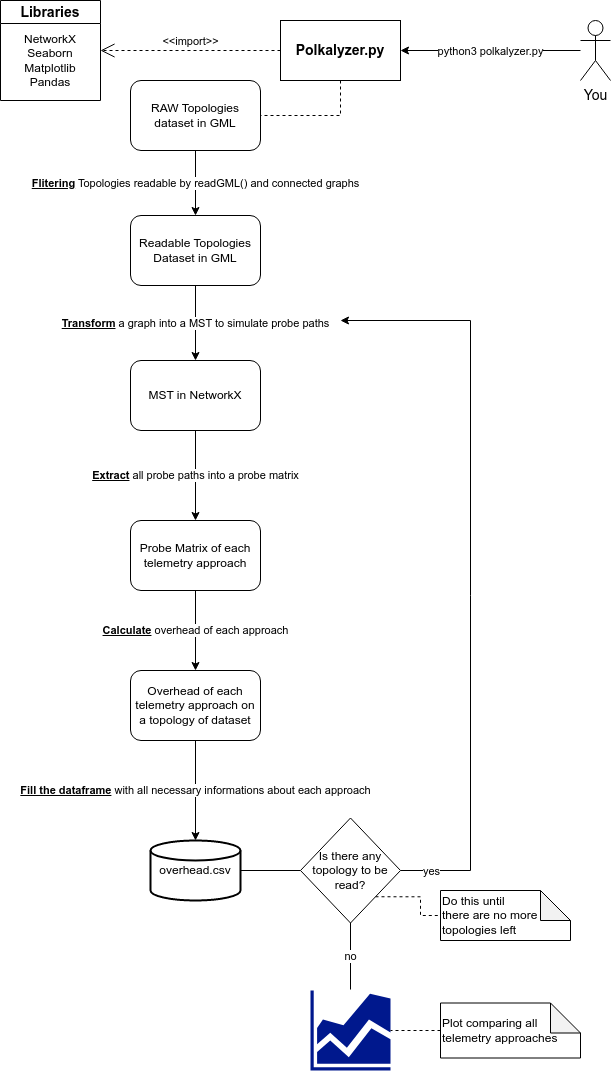
Earlier version of the draw.io export scalability/imgs/PolkalyzerBehavior.png (nerds-ufes/Polkalyzer). Source tidied: cells renumbered, new cells last; positions are measured from the earlier drawing's top-left corner, leaving out a move shared by most shapes.
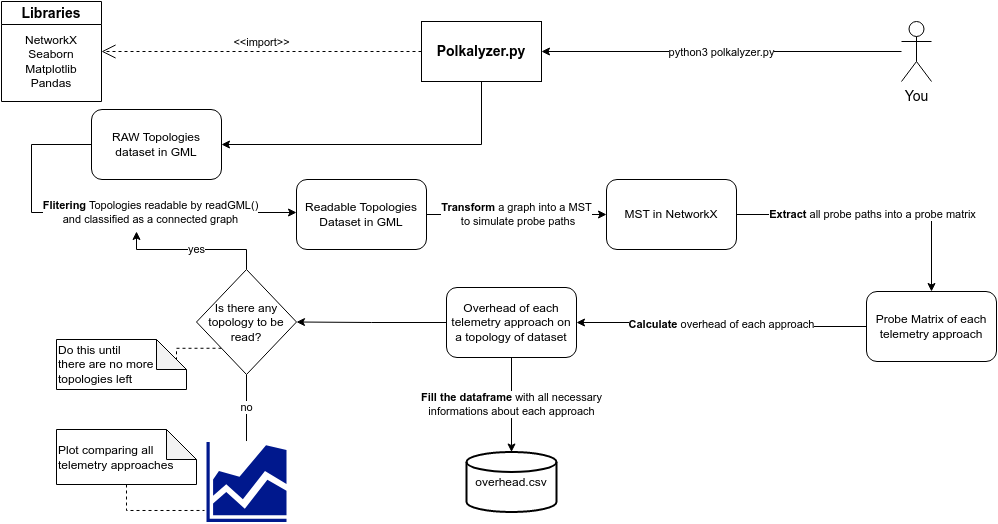
Above is the later version.

Commit message:
Reduce size of Polkalyzer diagram

The edit, as a diff of the source:
```diff
@@ -2,97 +2,98 @@
   <root>
     <mxCell id="0" />
     <mxCell id="1" parent="0" />
-    <mxCell id="2" value="&lt;b&gt;&lt;u&gt;Flitering&lt;/u&gt;&lt;/b&gt; Topologies readable by readGML() and connected graphs" style="edgeStyle=orthogonalEdgeStyle;rounded=0;jettySize=auto;html=1;exitX=0.5;exitY=1;exitDx=0;exitDy=0;" parent="1" edge="1" source="3" target="5">
-      <mxGeometry relative="1" as="geometry" />
+    <mxCell id="2" value="&lt;b&gt;Flitering&lt;/b&gt; Topologies readable by readGML()&lt;br&gt;and classified as a&amp;nbsp;connected graph" style="edgeStyle=orthogonalEdgeStyle;rounded=0;jettySize=auto;html=1;exitX=0;exitY=0.5;exitDx=0;exitDy=0;" parent="1" edge="1" source="3">
+      <mxGeometry x="0.26" relative="1" as="geometry">
+        <mxPoint x="135" y="211" as="targetPoint" />
+        <Array as="points">
+          <mxPoint x="-130" y="143" />
+          <mxPoint x="-130" y="211" />
+        </Array>
+      </mxGeometry>
     </mxCell>
     <mxCell id="3" value="RAW Topologies dataset in GML" style="rounded=1;whiteSpace=wrap;html=1;" parent="1" vertex="1">
-      <mxGeometry x="130" y="80" width="130" height="70" as="geometry" />
+      <mxGeometry x="-70" y="108" width="130" height="70" as="geometry" />
     </mxCell>
-    <mxCell id="4" value="&lt;u&gt;&lt;b&gt;Transform&lt;/b&gt;&lt;/u&gt; a graph into a MST to simulate probe paths" style="edgeStyle=orthogonalEdgeStyle;rounded=0;jettySize=auto;html=1;exitX=0.5;exitY=1;exitDx=0;exitDy=0;" parent="1" edge="1" source="5" target="7">
+    <mxCell id="4" value="&lt;b style=&quot;&quot;&gt;Transform&lt;/b&gt; a graph into a MST&lt;br&gt;&amp;nbsp;to simulate probe paths" style="edgeStyle=orthogonalEdgeStyle;rounded=0;jettySize=auto;html=1;exitX=1;exitY=0.5;exitDx=0;exitDy=0;" parent="1" edge="1" source="5" target="7">
       <mxGeometry relative="1" as="geometry" />
     </mxCell>
     <mxCell id="5" value="Readable Topologies Dataset in GML" style="rounded=1;whiteSpace=wrap;html=1;" parent="1" vertex="1">
-      <mxGeometry x="130" y="215" width="130" height="70" as="geometry" />
+      <mxGeometry x="135" y="178" width="130" height="70" as="geometry" />
     </mxCell>
-    <mxCell id="6" value="&lt;b&gt;&lt;u&gt;Extract&lt;/u&gt;&lt;/b&gt; all probe paths into a probe matrix" style="edgeStyle=orthogonalEdgeStyle;rounded=0;jettySize=auto;html=1;exitX=0.5;exitY=1;exitDx=0;exitDy=0;" parent="1" edge="1" source="7" target="9">
+    <mxCell id="6" value="&lt;b&gt;Extract&lt;/b&gt; all probe paths into a probe matrix" style="edgeStyle=orthogonalEdgeStyle;rounded=0;jettySize=auto;html=1;exitX=1;exitY=0.5;exitDx=0;exitDy=0;" parent="1" edge="1" source="7" target="9">
       <mxGeometry relative="1" as="geometry" />
     </mxCell>
     <mxCell id="7" value="MST in NetworkX" style="rounded=1;whiteSpace=wrap;html=1;" parent="1" vertex="1">
-      <mxGeometry x="130" y="360" width="130" height="70" as="geometry" />
+      <mxGeometry x="445" y="178" width="130" height="70" as="geometry" />
     </mxCell>
-    <mxCell id="8" value="&lt;b&gt;&lt;u&gt;Calculate&lt;/u&gt;&lt;/b&gt; overhead of each approach" style="edgeStyle=orthogonalEdgeStyle;rounded=0;jettySize=auto;html=1;" parent="1" edge="1" source="9" target="11">
+    <mxCell id="8" value="&lt;b&gt;Calculate&lt;/b&gt; overhead of each approach" style="edgeStyle=orthogonalEdgeStyle;rounded=0;jettySize=auto;html=1;" parent="1" edge="1" source="9" target="11">
       <mxGeometry relative="1" as="geometry" />
     </mxCell>
     <mxCell id="9" value="Probe Matrix of each telemetry approach" style="rounded=1;whiteSpace=wrap;html=1;" parent="1" vertex="1">
-      <mxGeometry x="130" y="520" width="130" height="70" as="geometry" />
+      <mxGeometry x="705" y="290" width="130" height="70" as="geometry" />
     </mxCell>
-    <mxCell id="10" value="&lt;b&gt;&lt;u&gt;Fill the dataframe&lt;/u&gt;&lt;/b&gt; with all necessary informations about each approach" style="edgeStyle=none;rounded=0;jettySize=auto;html=1;exitX=0.5;exitY=1;exitDx=0;exitDy=0;startArrow=none;startFill=0;endArrow=classic;endFill=1;entryX=0.5;entryY=0;entryDx=0;entryDy=0;entryPerimeter=0;" parent="1" edge="1" source="11" target="18">
+    <mxCell id="10" value="&lt;b&gt;Fill the dataframe&lt;/b&gt; with all necessary&lt;br&gt;informations about each approach" style="edgeStyle=none;rounded=0;jettySize=auto;html=1;exitX=0.5;exitY=1;exitDx=0;exitDy=0;startArrow=none;startFill=0;endArrow=classic;endFill=1;entryX=0.5;entryY=0;entryDx=0;entryDy=0;entryPerimeter=0;" parent="1" edge="1" source="11" target="18">
       <mxGeometry relative="1" as="geometry" />
     </mxCell>
+    <mxCell id="30" style="edgeStyle=orthogonalEdgeStyle;rounded=0;jettySize=auto;html=1;exitX=0;exitY=0.5;exitDx=0;exitDy=0;entryX=1;entryY=0.5;entryDx=0;entryDy=0;endArrow=classic;endFill=1;" parent="1" edge="1" source="11" target="17">
+      <mxGeometry relative="1" as="geometry" />
+    </mxCell>
     <mxCell id="11" value="Overhead of each telemetry approach on a topology of dataset" style="rounded=1;whiteSpace=wrap;html=1;" parent="1" vertex="1">
-      <mxGeometry x="130" y="670" width="130" height="70" as="geometry" />
+      <mxGeometry x="285" y="286" width="130" height="70" as="geometry" />
     </mxCell>
-    <mxCell id="12" style="endArrow=none;html=1;rounded=0;startArrow=classic;startFill=1;entryX=1;entryY=0.5;entryDx=0;entryDy=0;" parent="1" edge="1" target="17">
-      <mxGeometry relative="1" as="geometry">
-        <mxPoint x="340" y="320" as="sourcePoint" />
-        <Array as="points">
-          <mxPoint x="470" y="320" />
-          <mxPoint x="470" y="870" />
-        </Array>
-      </mxGeometry>
-    </mxCell>
-    <mxCell id="13" value="yes" style="edgeLabel;html=1;align=center;verticalAlign=middle;" parent="12" vertex="1">
-      <mxGeometry x="0.95" relative="1" as="geometry">
-        <mxPoint x="13" as="offset" />
-      </mxGeometry>
-    </mxCell>
-    <mxCell id="14" style="edgeStyle=orthogonalEdgeStyle;rounded=0;jettySize=auto;html=1;exitX=0;exitY=0.5;exitDx=0;exitDy=0;entryX=1;entryY=0.5;entryDx=0;entryDy=0;entryPerimeter=0;endArrow=none;endFill=0;" parent="1" edge="1" source="17" target="18">
-      <mxGeometry relative="1" as="geometry" />
-    </mxCell>
     <mxCell id="15" value="no" style="edgeStyle=orthogonalEdgeStyle;rounded=0;jettySize=auto;html=1;exitX=0.5;exitY=1;exitDx=0;exitDy=0;endArrow=none;endFill=0;entryX=0.5;entryY=-0.012;entryDx=0;entryDy=0;entryPerimeter=0;" parent="1" edge="1" source="17" target="19">
       <mxGeometry relative="1" as="geometry" />
     </mxCell>
-    <mxCell id="16" style="edgeStyle=orthogonalEdgeStyle;rounded=0;jettySize=auto;html=1;exitX=1;exitY=1;exitDx=0;exitDy=0;dashed=1;endArrow=none;endFill=0;entryX=0;entryY=0.5;entryDx=0;entryDy=0;entryPerimeter=0;" parent="1" edge="1" source="17" target="22">
+    <mxCell id="16" style="edgeStyle=orthogonalEdgeStyle;rounded=0;jettySize=auto;html=1;exitX=0;exitY=1;exitDx=0;exitDy=0;dashed=1;endArrow=none;endFill=0;entryX=0;entryY=0;entryDx=130;entryDy=30;entryPerimeter=0;" parent="1" edge="1" source="17" target="22">
       <mxGeometry relative="1" as="geometry" />
     </mxCell>
     <mxCell id="17" value="Is there any topology to be read?" style="rhombus;whiteSpace=wrap;html=1;" parent="1" vertex="1">
-      <mxGeometry x="300" y="817.5" width="100" height="105" as="geometry" />
+      <mxGeometry x="35" y="268" width="100" height="105" as="geometry" />
     </mxCell>
     <mxCell id="18" value="overhead.csv" style="strokeWidth=2;html=1;shape=mxgraph.flowchart.database;whiteSpace=wrap;" parent="1" vertex="1">
-      <mxGeometry x="150" y="840" width="90" height="60" as="geometry" />
+      <mxGeometry x="305" y="450.5" width="90" height="60" as="geometry" />
     </mxCell>
     <mxCell id="19" style="sketch=0;shadow=0;dashed=0;html=1;strokeColor=none;labelPosition=center;verticalLabelPosition=bottom;verticalAlign=top;align=center;fillColor=#00188D;shape=mxgraph.mscae.general.graph;" parent="1" vertex="1">
-      <mxGeometry x="310" y="990" width="80" height="80" as="geometry" />
+      <mxGeometry x="45" y="440.5" width="80" height="80" as="geometry" />
     </mxCell>
-    <mxCell id="20" style="edgeStyle=orthogonalEdgeStyle;rounded=0;jettySize=auto;html=1;exitX=0;exitY=0.5;exitDx=0;exitDy=0;exitPerimeter=0;entryX=1;entryY=0.5;entryDx=0;entryDy=0;entryPerimeter=0;endArrow=none;endFill=0;dashed=1;" parent="1" edge="1" source="21" target="19">
-      <mxGeometry relative="1" as="geometry" />
-    </mxCell>
     <mxCell id="21" value="Plot comparing all telemetry approaches" style="shape=note;whiteSpace=wrap;html=1;backgroundOutline=1;darkOpacity=0.05;align=left;" parent="1" vertex="1">
-      <mxGeometry x="440" y="1002.5" width="140" height="55" as="geometry" />
+      <mxGeometry x="-105" y="428" width="140" height="55" as="geometry" />
     </mxCell>
     <mxCell id="22" value="Do this until&lt;br&gt;there are no more&lt;br&gt;topologies left" style="shape=note;whiteSpace=wrap;html=1;backgroundOutline=1;darkOpacity=0.05;align=left;" parent="1" vertex="1">
-      <mxGeometry x="440" y="890" width="130" height="50" as="geometry" />
+      <mxGeometry x="-105" y="338" width="130" height="50" as="geometry" />
     </mxCell>
     <mxCell id="23" value="&amp;lt;&amp;lt;import&amp;gt;&amp;gt;" style="edgeStyle=none;html=1;endArrow=open;endSize=12;dashed=1;verticalAlign=bottom;rounded=0;exitX=0;exitY=0.5;exitDx=0;exitDy=0;entryX=1;entryY=0.5;entryDx=0;entryDy=0;" parent="1" edge="1" source="25" target="28">
       <mxGeometry relative="1" as="geometry" />
     </mxCell>
-    <mxCell id="24" style="edgeStyle=orthogonalEdgeStyle;rounded=0;jettySize=auto;html=1;exitX=0.5;exitY=1;exitDx=0;exitDy=0;entryX=1;entryY=0.5;entryDx=0;entryDy=0;dashed=1;fontSize=14;endArrow=none;endFill=0;" parent="1" edge="1" source="25" target="3">
+    <mxCell id="24" style="edgeStyle=orthogonalEdgeStyle;rounded=0;jettySize=auto;html=1;exitX=0.5;exitY=1;exitDx=0;exitDy=0;entryX=1;entryY=0.5;entryDx=0;entryDy=0;fontSize=14;endArrow=classic;endFill=1;" parent="1" edge="1" source="25" target="3">
       <mxGeometry relative="1" as="geometry" />
     </mxCell>
     <mxCell id="25" value="&lt;b&gt;Polkalyzer.py&lt;/b&gt;" style="rounded=0;whiteSpace=wrap;html=1;fontSize=14;" parent="1" vertex="1">
-      <mxGeometry x="280" y="20" width="120" height="60" as="geometry" />
+      <mxGeometry x="260" y="20" width="120" height="60" as="geometry" />
     </mxCell>
     <mxCell id="26" value="&lt;font style=&quot;font-size: 11px;&quot;&gt;python3 polkalyzer.py&lt;/font&gt;" style="edgeStyle=orthogonalEdgeStyle;rounded=0;jettySize=auto;html=1;entryX=1;entryY=0.5;entryDx=0;entryDy=0;fontSize=14;endArrow=classic;endFill=1;" parent="1" edge="1" source="27" target="25">
       <mxGeometry relative="1" as="geometry" />
     </mxCell>
     <mxCell id="27" value="You" style="shape=umlActor;verticalLabelPosition=bottom;verticalAlign=top;html=1;outlineConnect=0;fontSize=14;" parent="1" vertex="1">
-      <mxGeometry x="580" y="20" width="30" height="60" as="geometry" />
+      <mxGeometry x="740" y="20" width="30" height="60" as="geometry" />
     </mxCell>
     <mxCell id="28" value="Libraries" style="swimlane;whiteSpace=wrap;html=1;fontSize=14;" parent="1" vertex="1">
-      <mxGeometry width="100" height="100" as="geometry" />
+      <mxGeometry x="-160" width="100" height="100" as="geometry" />
     </mxCell>
     <mxCell id="29" value="NetworkX&lt;br&gt;Seaborn&lt;br&gt;Matplotlib&lt;br&gt;Pandas" style="text;html=1;strokeColor=none;fillColor=none;align=center;verticalAlign=middle;whiteSpace=wrap;rounded=0;" parent="28" vertex="1">
       <mxGeometry x="20" y="45" width="60" height="30" as="geometry" />
     </mxCell>
+    <mxCell id="20" style="edgeStyle=orthogonalEdgeStyle;rounded=0;jettySize=auto;html=1;exitX=0.5;exitY=1;exitDx=0;exitDy=0;dashed=1;endArrow=none;endFill=0;exitPerimeter=0;entryX=-0.025;entryY=0.856;entryDx=0;entryDy=0;entryPerimeter=0;" parent="1" edge="1" source="21" target="19">
+      <mxGeometry relative="1" as="geometry" />
+    </mxCell>
+    <mxCell id="13" value="yes" style="endArrow=classic;html=1;rounded=0;exitX=0.5;exitY=0;exitDx=0;exitDy=0;" parent="1" edge="1" source="17">
+      <mxGeometry x="-0.05" relative="1" as="geometry">
+        <mxPoint x="-25" y="230" as="targetPoint" />
+        <Array as="points">
+          <mxPoint x="85" y="248" />
+          <mxPoint x="-25" y="248" />
+        </Array>
+      </mxGeometry>
+    </mxCell>
   </root>
 </mxGraphModel>
```
